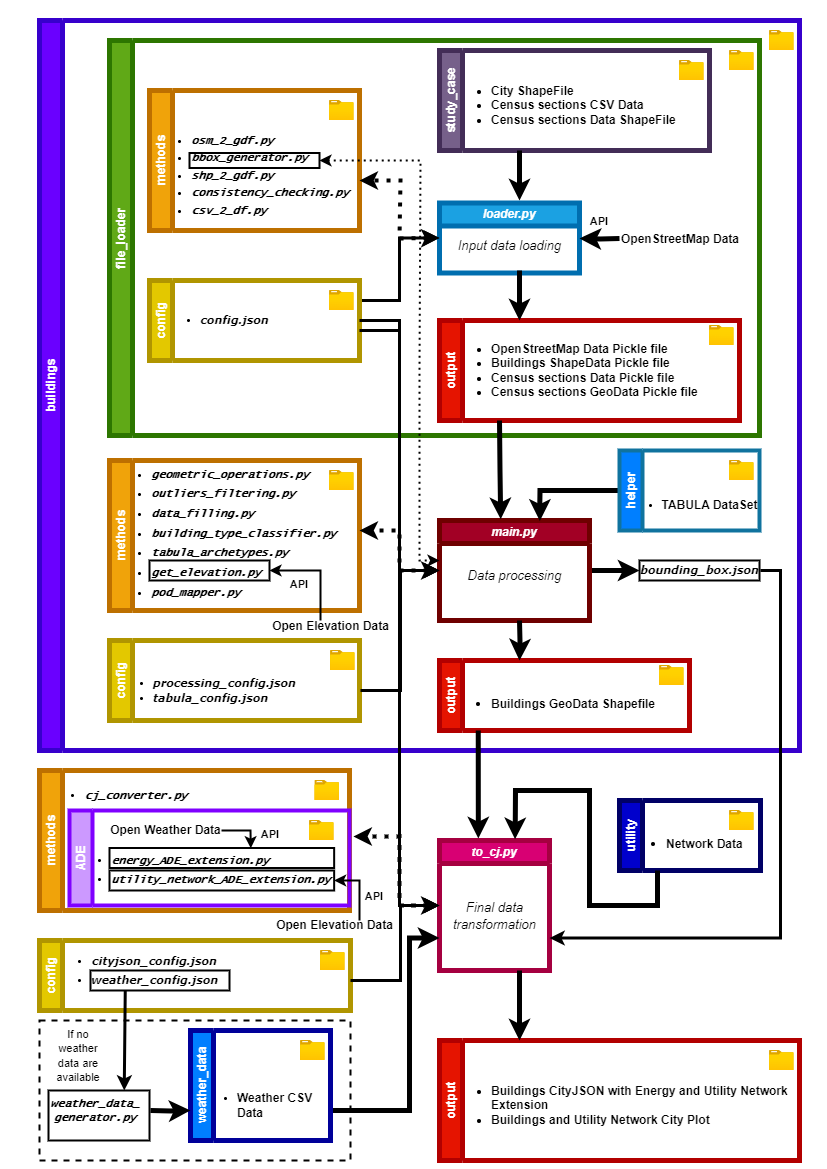
Earlier version of the draw.io export pipeline_diagram.png (ElTure97/A-standardised-GIS-based-tool-to-automate-urban-scenario-making). Source tidied: cells renumbered, new cells last; positions are measured from the earlier drawing's top-left corner, leaving out a move shared by most shapes.
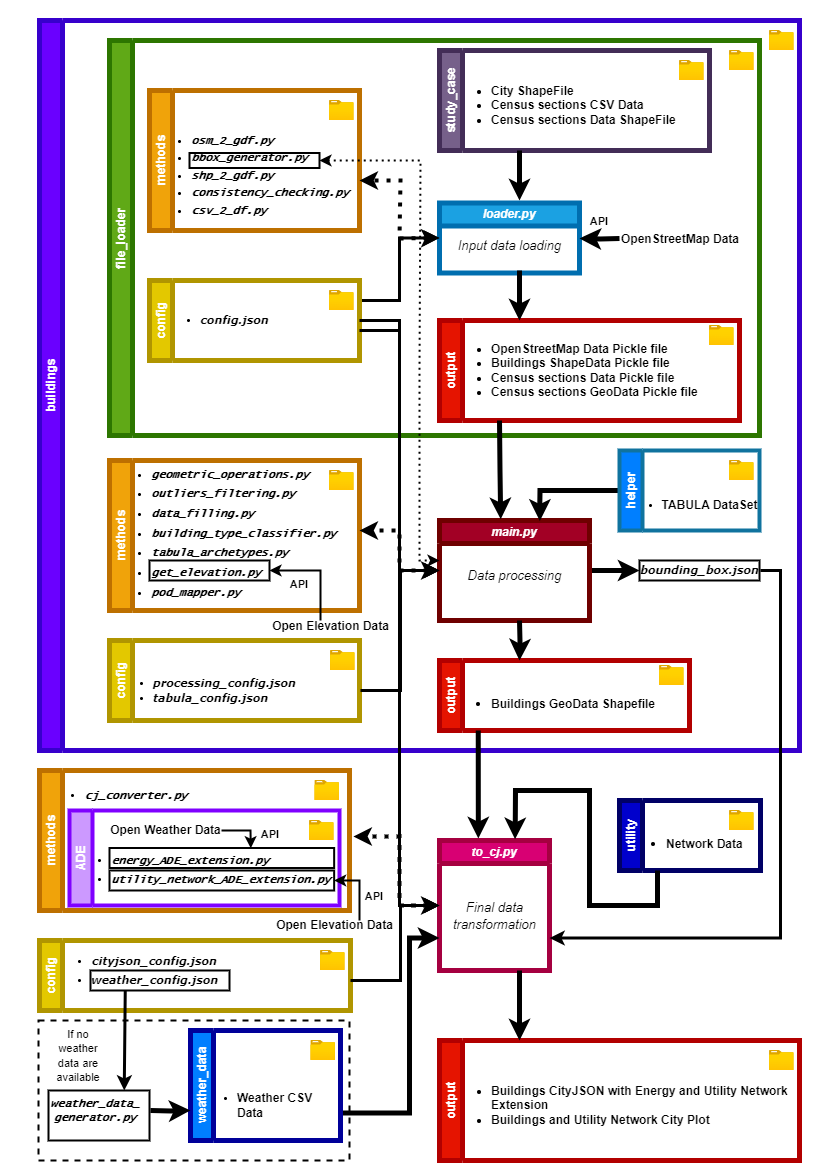
After the commit.

Diff of the diagram source:
```diff
@@ -206,7 +206,7 @@
       <mxGeometry x="275.4" y="10" width="24.6" height="20" as="geometry" />
     </mxCell>
     <mxCell id="56" value="ADE" style="swimlane;horizontal=0;whiteSpace=wrap;html=1;fillColor=#CC99FF;fontColor=#ffffff;strokeColor=#7F00FF;strokeWidth=4;" parent="54" vertex="1">
-      <mxGeometry x="30" y="40" width="280" height="95" as="geometry" />
+      <mxGeometry x="30" y="40" width="270" height="95" as="geometry" />
     </mxCell>
     <mxCell id="57" style="image;html=1;align=center;fontSize=12;image=img/lib/azure2/general/Folder_Blank.svg;" parent="56" vertex="1">
       <mxGeometry x="240" y="10" width="24.6" height="20" as="geometry" />
@@ -329,24 +329,22 @@
     <mxCell id="82" value="&lt;font size=&quot;1&quot;&gt;&lt;b style=&quot;font-size: 12px;&quot;&gt;Open Elevation Data&lt;/b&gt;&lt;/font&gt;" style="text;html=1;align=center;verticalAlign=middle;strokeColor=none;fillColor=none;" parent="1" vertex="1">
       <mxGeometry x="234" y="890" width="140" height="30" as="geometry" />
     </mxCell>
-    <mxCell id="83" style="edgeStyle=orthogonalEdgeStyle;rounded=0;jettySize=auto;html=1;entryX=0;entryY=0.75;entryDx=0;entryDy=0;strokeWidth=5;" parent="1" edge="1" target="2">
+    <mxCell id="83" style="edgeStyle=orthogonalEdgeStyle;rounded=0;jettySize=auto;html=1;entryX=0;entryY=0.75;entryDx=0;entryDy=0;strokeWidth=5;exitX=1;exitY=0.75;exitDx=0;exitDy=0;" parent="1" edge="1" source="84" target="2">
       <mxGeometry relative="1" as="geometry">
-        <mxPoint x="300" y="1090" as="sourcePoint" />
         <Array as="points">
-          <mxPoint x="300" y="1090" />
-          <mxPoint x="379" y="1090" />
+          <mxPoint x="379" y="1093" />
           <mxPoint x="379" y="918" />
         </Array>
       </mxGeometry>
     </mxCell>
     <mxCell id="84" value="weather_data" style="swimlane;horizontal=0;whiteSpace=wrap;html=1;align=center;fillColor=#007FFF;fontColor=#FFFFFF;strokeWidth=5;strokeColor=#000099;" parent="1" vertex="1">
-      <mxGeometry x="160" y="1010" width="140" height="110" as="geometry" />
+      <mxGeometry x="160" y="1010" width="150" height="110" as="geometry" />
     </mxCell>
     <mxCell id="85" value="&lt;ul&gt;&lt;li&gt;&lt;span style=&quot;font-style: normal;&quot;&gt;&lt;font style=&quot;font-size: 12px;&quot; face=&quot;Helvetica&quot;&gt;Weather CSV &lt;br&gt;Data&lt;/font&gt;&lt;/span&gt;&lt;/li&gt;&lt;/ul&gt;" style="text;html=1;align=left;verticalAlign=middle;strokeColor=none;fillColor=none;fontStyle=3;fontFamily=Lucida Console;fontSize=11;" parent="84" vertex="1">
       <mxGeometry x="5" y="40" width="140" height="70" as="geometry" />
     </mxCell>
     <mxCell id="86" style="image;html=1;align=center;fontSize=12;image=img/lib/azure2/general/Folder_Blank.svg;" parent="84" vertex="1">
-      <mxGeometry x="110" y="10" width="24.6" height="20" as="geometry" />
+      <mxGeometry x="120.3" y="10" width="24.6" height="20" as="geometry" />
     </mxCell>
     <mxCell id="87" style="edgeStyle=orthogonalEdgeStyle;rounded=0;orthogonalLoop=1;jettySize=auto;html=1;strokeWidth=5;" parent="1" edge="1">
       <mxGeometry relative="1" as="geometry">
@@ -401,7 +399,7 @@
       </mxGeometry>
     </mxCell>
     <mxCell id="97" style="rounded=0;whiteSpace=wrap;html=1;fillColor=none;strokeWidth=2;dashed=1;" parent="1" vertex="1">
-      <mxGeometry x="9" y="1000" width="311" height="140" as="geometry" />
+      <mxGeometry x="8" y="1000" width="311" height="140" as="geometry" />
     </mxCell>
     <mxCell id="98" value="&lt;font style=&quot;font-size: 11px;&quot;&gt;If no weather data are available&lt;/font&gt;" style="text;html=1;strokeColor=none;fillColor=none;align=center;verticalAlign=middle;whiteSpace=wrap;rounded=0;" parent="1" vertex="1">
       <mxGeometry x="18" y="1020" width="60" height="30" as="geometry" />
```
